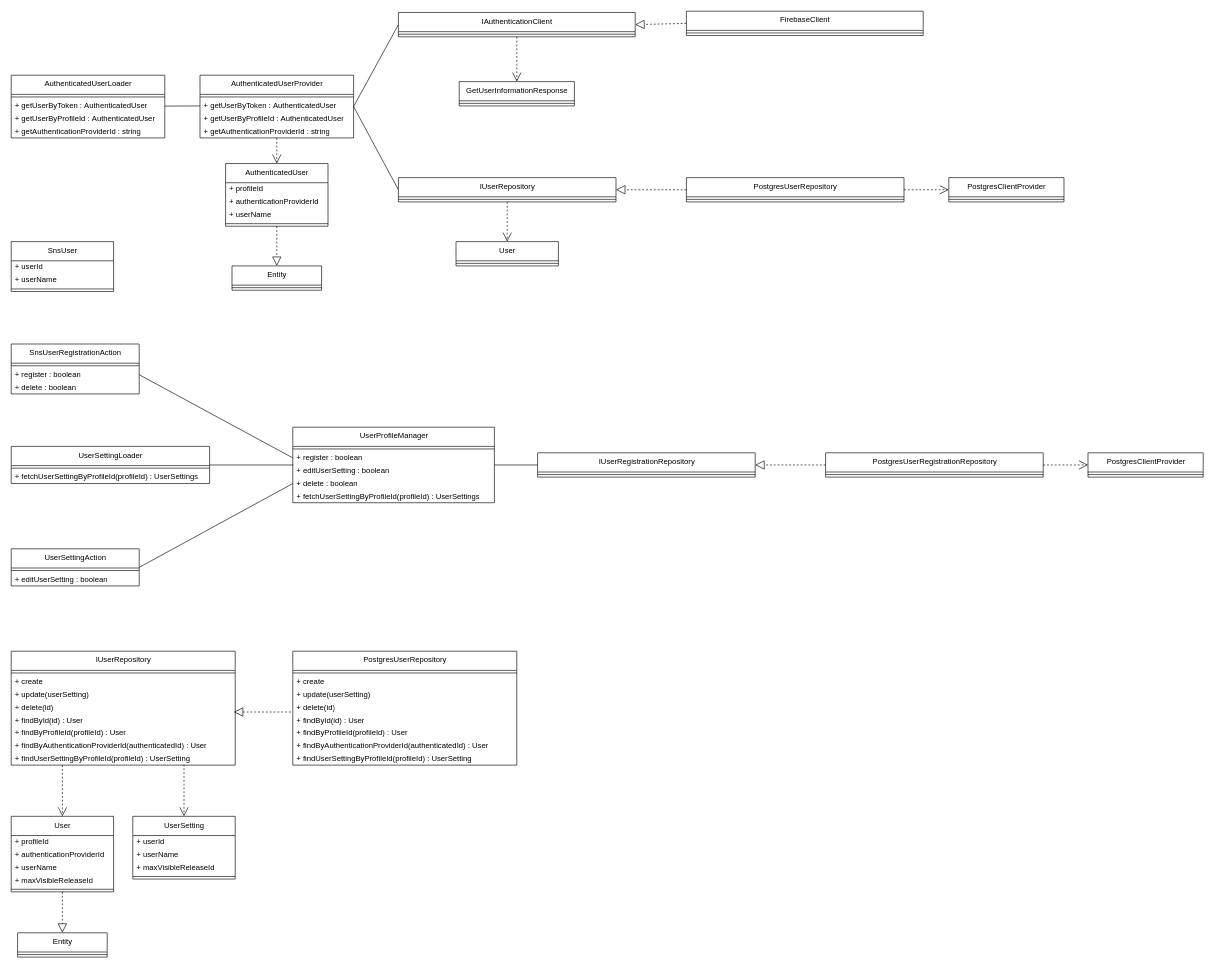
Mouwf/FF14SNS keeps this draw.io diagram as page "UserModule" (4 of 7) of project-designs/class-diagrams/ff14-sns.drawio. Above is the earlier version. Source tidied: cells renumbered, new cells numbered last; positions are measured from the earlier drawing's top-left corner, leaving out a move shared by most shapes. Both pictures are drawn from the tidied source at 64%, with x=0, y=0 at pixel (11, 11).
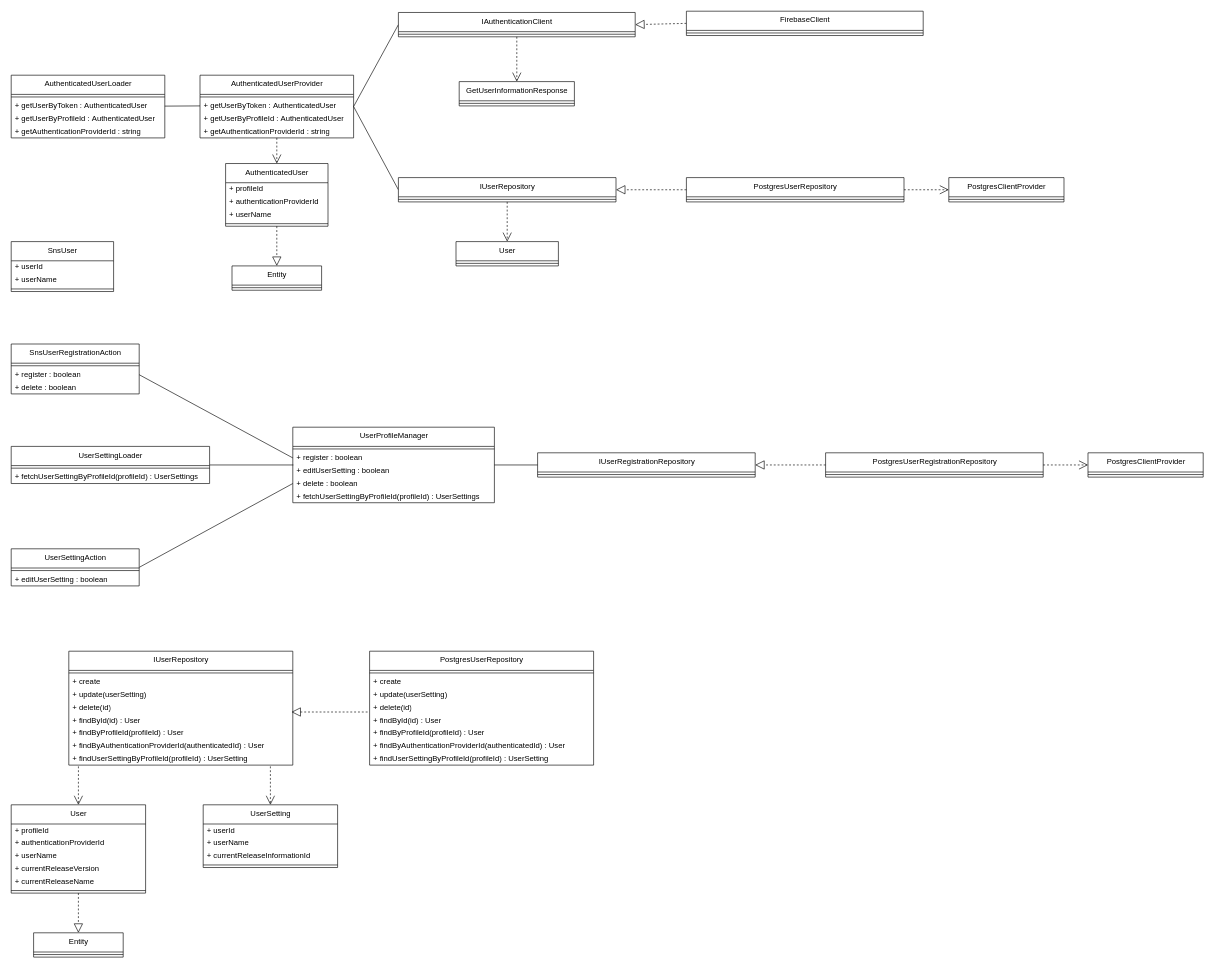
The same diagram, later.

The change refers to these unchanged cells:
```xml
<mxCell id="48" value="+ findUserSettingByProfileId(profileId) :&amp;nbsp;&lt;span style=&quot;text-align: center;&quot;&gt;UserSetting&lt;/span&gt;" style="text;html=1;strokeColor=none;fillColor=none;align=left;verticalAlign=middle;spacingLeft=4;spacingRight=4;overflow=hidden;points=[[0,0.5],[1,0.5]];portConstraint=eastwest;" parent="40" vertex="1">
  <mxGeometry y="158" width="350" height="20" as="geometry" />
</mxCell>
```

Diff of the diagram source:
```diff
@@
     <mxCell id="40" value="IUserRepository" style="swimlane;fontStyle=0;align=center;verticalAlign=top;horizontal=1;startSize=30;html=1;" parent="1" vertex="1">
-      <mxGeometry y="1000" width="350" height="178" as="geometry" />
+      <mxGeometry x="90" y="1000" width="350" height="178" as="geometry" />
     </mxCell>
@@
     <mxCell id="49" value="PostgresUserRepository" style="swimlane;fontStyle=0;align=center;verticalAlign=top;horizontal=1;startSize=30;html=1;" parent="1" vertex="1">
-      <mxGeometry x="440" y="1000" width="350" height="178" as="geometry" />
+      <mxGeometry x="560" y="1000" width="350" height="178" as="geometry" />
     </mxCell>
@@
     <mxCell id="62" value="User" style="swimlane;fontStyle=0;align=center;verticalAlign=top;horizontal=1;startSize=30;html=1;" parent="1" vertex="1">
-      <mxGeometry y="1258" width="160" height="118" as="geometry" />
+      <mxGeometry y="1240" width="210" height="138" as="geometry" />
     </mxCell>
     <mxCell id="63" value="+ profileId" style="text;html=1;strokeColor=none;fillColor=none;align=left;verticalAlign=middle;spacingLeft=4;spacingRight=4;overflow=hidden;" parent="62" vertex="1">
-      <mxGeometry y="30" width="160" height="20" as="geometry" />
+      <mxGeometry y="30" width="210" height="20" as="geometry" />
     </mxCell>
     <mxCell id="64" value="+ authenticationProviderId" style="text;html=1;strokeColor=none;fillColor=none;align=left;verticalAlign=middle;spacingLeft=4;spacingRight=4;overflow=hidden;" parent="62" vertex="1">
-      <mxGeometry y="50" width="160" height="20" as="geometry" />
+      <mxGeometry y="50" width="210" height="20" as="geometry" />
     </mxCell>
     <mxCell id="65" value="+ userName" style="text;html=1;strokeColor=none;fillColor=none;align=left;verticalAlign=middle;spacingLeft=4;spacingRight=4;overflow=hidden;" parent="62" vertex="1">
-      <mxGeometry y="70" width="160" height="20" as="geometry" />
+      <mxGeometry y="70" width="210" height="20" as="geometry" />
     </mxCell>
-    <mxCell id="66" value="+ maxVisibleReleaseId" style="text;html=1;strokeColor=none;fillColor=none;align=left;verticalAlign=middle;spacingLeft=4;spacingRight=4;overflow=hidden;" parent="62" vertex="1">
-      <mxGeometry y="90" width="160" height="20" as="geometry" />
+    <mxCell id="66" value="+ currentReleaseVersion" style="text;html=1;strokeColor=none;fillColor=none;align=left;verticalAlign=middle;spacingLeft=4;spacingRight=4;overflow=hidden;" parent="62" vertex="1">
+      <mxGeometry y="90" width="210" height="20" as="geometry" />
     </mxCell>
+    <mxCell id="110" value="+ currentReleaseName" style="text;html=1;strokeColor=none;fillColor=none;align=left;verticalAlign=middle;spacingLeft=4;spacingRight=4;overflow=hidden;" parent="62" vertex="1">
+      <mxGeometry y="110" width="210" height="20" as="geometry" />
+    </mxCell>
     <mxCell id="67" style="line;strokeWidth=1;fillColor=none;align=left;verticalAlign=middle;spacingTop=-1;spacingLeft=3;spacingRight=3;labelPosition=right;" parent="62" vertex="1">
-      <mxGeometry y="110" width="160" height="8" as="geometry" />
+      <mxGeometry y="130" width="210" height="8" as="geometry" />
     </mxCell>
     <mxCell id="68" value="Entity" style="swimlane;fontStyle=0;align=center;verticalAlign=top;horizontal=1;startSize=30;html=1;" parent="1" vertex="1">
-      <mxGeometry x="10" y="1440" width="140" height="38" as="geometry" />
+      <mxGeometry x="35" y="1440" width="140" height="38" as="geometry" />
     </mxCell>
@@
-    <mxCell id="71" style="edgeStyle=none;html=1;entryX=0.5;entryY=0;entryDx=0;entryDy=0;endArrow=open;endFill=0;endSize=12;dashed=1;" parent="1" edge="1" target="62">
-      <mxGeometry relative="1" as="geometry">
-        <mxPoint x="80" y="1178" as="sourcePoint" />
-      </mxGeometry>
+    <mxCell id="71" style="edgeStyle=none;html=1;entryX=0.5;entryY=0;entryDx=0;entryDy=0;endArrow=open;endFill=0;endSize=12;dashed=1;exitX=0.043;exitY=1.1;exitDx=0;exitDy=0;exitPerimeter=0;" parent="1" edge="1" source="48" target="62">
+      <mxGeometry relative="1" as="geometry" />
     </mxCell>
@@
     <mxCell id="96" value="UserSetting" style="swimlane;fontStyle=0;align=center;verticalAlign=top;horizontal=1;startSize=30;html=1;" parent="1" vertex="1">
-      <mxGeometry x="190" y="1258" width="160" height="98" as="geometry" />
+      <mxGeometry x="300" y="1240" width="210" height="98" as="geometry" />
     </mxCell>
     <mxCell id="97" value="+ userId" style="text;html=1;strokeColor=none;fillColor=none;align=left;verticalAlign=middle;spacingLeft=4;spacingRight=4;overflow=hidden;" parent="96" vertex="1">
-      <mxGeometry y="30" width="160" height="20" as="geometry" />
+      <mxGeometry y="30" width="210" height="20" as="geometry" />
     </mxCell>
     <mxCell id="98" value="+ userName" style="text;html=1;strokeColor=none;fillColor=none;align=left;verticalAlign=middle;spacingLeft=4;spacingRight=4;overflow=hidden;" parent="96" vertex="1">
-      <mxGeometry y="50" width="160" height="20" as="geometry" />
+      <mxGeometry y="50" width="210" height="20" as="geometry" />
     </mxCell>
-    <mxCell id="99" value="+ maxVisibleReleaseId" style="text;html=1;strokeColor=none;fillColor=none;align=left;verticalAlign=middle;spacingLeft=4;spacingRight=4;overflow=hidden;" parent="96" vertex="1">
-      <mxGeometry y="70" width="160" height="20" as="geometry" />
+    <mxCell id="99" value="+ currentReleaseInformationId" style="text;html=1;strokeColor=none;fillColor=none;align=left;verticalAlign=middle;spacingLeft=4;spacingRight=4;overflow=hidden;" parent="96" vertex="1">
+      <mxGeometry y="70" width="210" height="20" as="geometry" />
     </mxCell>
     <mxCell id="100" style="line;strokeWidth=1;fillColor=none;align=left;verticalAlign=middle;spacingTop=-1;spacingLeft=3;spacingRight=3;labelPosition=right;" parent="96" vertex="1">
-      <mxGeometry y="90" width="160" height="8" as="geometry" />
+      <mxGeometry y="90" width="210" height="8" as="geometry" />
     </mxCell>
-    <mxCell id="101" style="edgeStyle=none;html=1;entryX=0.5;entryY=0;entryDx=0;entryDy=0;dashed=1;endArrow=open;endFill=0;endSize=12;" parent="1" edge="1" target="96">
-      <mxGeometry relative="1" as="geometry">
-        <mxPoint x="270" y="1177" as="sourcePoint" />
-      </mxGeometry>
+    <mxCell id="101" style="edgeStyle=none;html=1;entryX=0.5;entryY=0;entryDx=0;entryDy=0;dashed=1;endArrow=open;endFill=0;endSize=12;exitX=0.9;exitY=1.1;exitDx=0;exitDy=0;exitPerimeter=0;" parent="1" edge="1" source="48" target="96">
+      <mxGeometry relative="1" as="geometry" />
     </mxCell>
```
